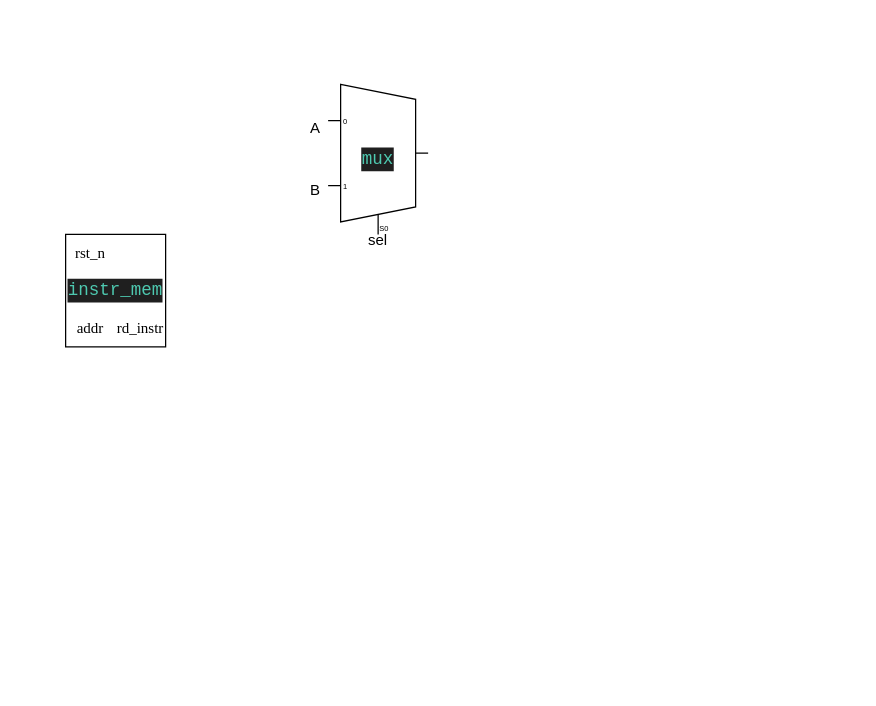
The draw.io diagram riscky_core.drawio in manavshah-28/riscky_soc, before the edit. Source tidied: cells renumbered, new cells numbered last; positions are measured from the earlier drawing's top-left corner, leaving out a move shared by most shapes. Both pictures are drawn from the tidied source at 125%, with x=0, y=0 at pixel (52, 84).
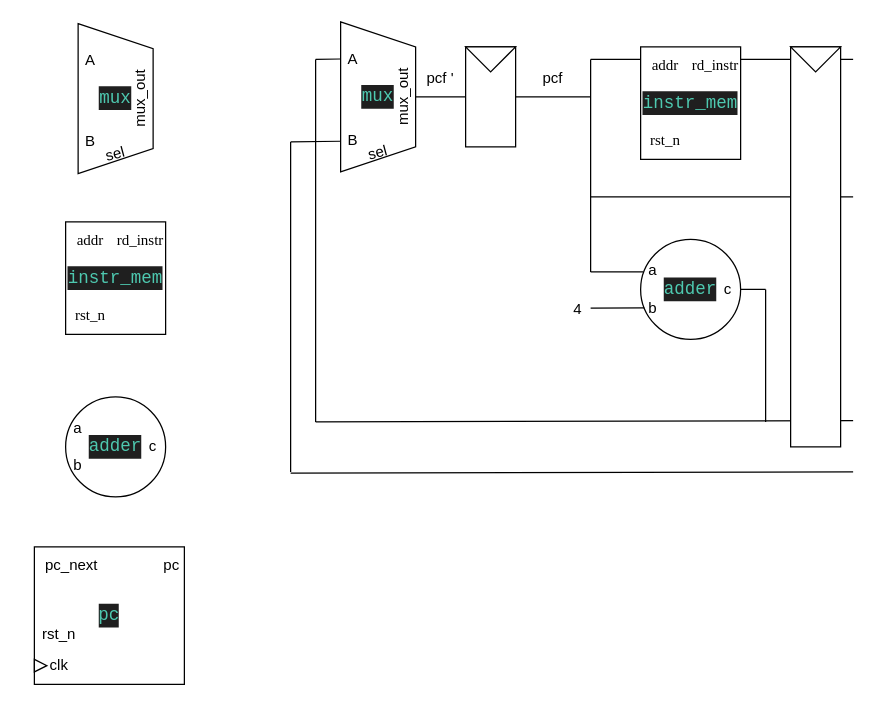
The same diagram, later.

The edit, as a diff of the source:
```diff
@@
-    <mxCell id="2" value="&lt;div style=&quot;color: rgb(204, 204, 204); background-color: rgb(31, 31, 31); font-family: Consolas, &amp;quot;Courier New&amp;quot;, monospace; font-size: 14px; line-height: 19px; white-space: pre;&quot;&gt;&lt;span style=&quot;color: #4ec9b0;&quot;&gt;mux&lt;/span&gt;&lt;/div&gt;" style="shadow=0;dashed=0;align=center;html=1;strokeWidth=1;shape=mxgraph.electrical.abstract.mux2;whiteSpace=wrap;" parent="1" vertex="1">
-      <mxGeometry x="220" width="80" height="120" as="geometry" />
-    </mxCell>
-    <mxCell id="3" value="sel" style="text;html=1;whiteSpace=wrap;strokeColor=none;fillColor=none;align=center;verticalAlign=middle;rounded=0;" parent="1" vertex="1">
-      <mxGeometry x="230" y="110" width="60" height="30" as="geometry" />
-    </mxCell>
-    <mxCell id="4" value="B" style="text;html=1;whiteSpace=wrap;strokeColor=none;fillColor=none;align=center;verticalAlign=middle;rounded=0;" parent="1" vertex="1">
-      <mxGeometry x="180" y="70" width="60" height="30" as="geometry" />
-    </mxCell>
-    <mxCell id="5" value="A" style="text;html=1;whiteSpace=wrap;strokeColor=none;fillColor=none;align=center;verticalAlign=middle;rounded=0;" parent="1" vertex="1">
-      <mxGeometry x="180" y="20" width="60" height="30" as="geometry" />
-    </mxCell>
+    <mxCell id="10" style="endArrow=none;html=1;rounded=0;" parent="1" edge="1">
+      <mxGeometry relative="1" as="geometry">
+        <mxPoint x="430" y="90" as="sourcePoint" />
+        <mxPoint x="640" y="90" as="targetPoint" />
+      </mxGeometry>
+    </mxCell>
+    <mxCell id="11" style="group;" parent="1" vertex="1">
+      <mxGeometry x="-10" y="250" width="120" height="80" as="geometry" />
+    </mxCell>
+    <mxCell id="12" value="&lt;div style=&quot;color: rgb(204, 204, 204); background-color: rgb(31, 31, 31); font-family: Consolas, &amp;quot;Courier New&amp;quot;, monospace; font-size: 14px; line-height: 19px; white-space: pre;&quot;&gt;&lt;span style=&quot;color: #4ec9b0;&quot;&gt;adder&lt;/span&gt;&lt;/div&gt;" style="ellipse;whiteSpace=wrap;html=1;" parent="11" vertex="1">
+      <mxGeometry x="20" width="80" height="80" as="geometry" />
+    </mxCell>
+    <mxCell id="13" value="a" style="text;html=1;whiteSpace=wrap;strokeColor=none;fillColor=none;align=center;verticalAlign=middle;rounded=0;" parent="11" vertex="1">
+      <mxGeometry y="10" width="60" height="30" as="geometry" />
+    </mxCell>
+    <mxCell id="14" value="b" style="text;html=1;whiteSpace=wrap;strokeColor=none;fillColor=none;align=center;verticalAlign=middle;rounded=0;" parent="11" vertex="1">
+      <mxGeometry y="40" width="60" height="30" as="geometry" />
+    </mxCell>
+    <mxCell id="15" value="c" style="text;html=1;whiteSpace=wrap;strokeColor=none;fillColor=none;align=center;verticalAlign=middle;rounded=0;" parent="11" vertex="1">
+      <mxGeometry x="60" y="25" width="60" height="30" as="geometry" />
+    </mxCell>
+    <mxCell id="16" style="group;" parent="1" vertex="1">
+      <mxGeometry x="-25" y="370" width="150" height="110" as="geometry" />
+    </mxCell>
+    <mxCell id="17" value="&lt;div style=&quot;color: rgb(204, 204, 204); background-color: rgb(31, 31, 31); font-family: Consolas, &amp;quot;Courier New&amp;quot;, monospace; font-size: 14px; line-height: 19px; white-space: pre;&quot;&gt;&lt;span style=&quot;color: #4ec9b0;&quot;&gt;pc&lt;/span&gt;&lt;/div&gt;" style="rounded=0;whiteSpace=wrap;html=1;" parent="16" vertex="1">
+      <mxGeometry x="10" width="120" height="110" as="geometry" />
+    </mxCell>
+    <mxCell id="18" value="clk" style="text;html=1;whiteSpace=wrap;strokeColor=none;fillColor=none;align=center;verticalAlign=middle;rounded=0;" parent="16" vertex="1">
+      <mxGeometry y="80" width="60" height="30" as="geometry" />
+    </mxCell>
+    <mxCell id="19" value="rst_n" style="text;html=1;whiteSpace=wrap;strokeColor=none;fillColor=none;align=center;verticalAlign=middle;rounded=0;" parent="16" vertex="1">
+      <mxGeometry y="55" width="60" height="30" as="geometry" />
+    </mxCell>
+    <mxCell id="20" style="triangle;whiteSpace=wrap;html=1;" parent="16" vertex="1">
+      <mxGeometry x="10" y="90" width="10" height="10" as="geometry" />
+    </mxCell>
+    <mxCell id="21" value="pc_next" style="text;html=1;whiteSpace=wrap;strokeColor=none;fillColor=none;align=center;verticalAlign=middle;rounded=0;" parent="16" vertex="1">
+      <mxGeometry x="10" width="60" height="30" as="geometry" />
+    </mxCell>
+    <mxCell id="22" value="pc" style="text;html=1;whiteSpace=wrap;strokeColor=none;fillColor=none;align=center;verticalAlign=middle;rounded=0;" parent="16" vertex="1">
+      <mxGeometry x="90" width="60" height="30" as="geometry" />
+    </mxCell>
+    <mxCell id="23" style="group;" parent="1" vertex="1">
+      <mxGeometry x="450" y="124" width="120" height="80" as="geometry" />
+    </mxCell>
+    <mxCell id="24" value="&lt;div style=&quot;color: rgb(204, 204, 204); background-color: rgb(31, 31, 31); font-family: Consolas, &amp;quot;Courier New&amp;quot;, monospace; font-size: 14px; line-height: 19px; white-space: pre;&quot;&gt;&lt;span style=&quot;color: #4ec9b0;&quot;&gt;adder&lt;/span&gt;&lt;/div&gt;" style="ellipse;whiteSpace=wrap;html=1;" parent="23" vertex="1">
+      <mxGeometry x="20" width="80" height="80" as="geometry" />
+    </mxCell>
+    <mxCell id="25" value="a" style="text;html=1;whiteSpace=wrap;strokeColor=none;fillColor=none;align=center;verticalAlign=middle;rounded=0;" parent="23" vertex="1">
+      <mxGeometry y="10" width="60" height="30" as="geometry" />
+    </mxCell>
+    <mxCell id="26" value="b" style="text;html=1;whiteSpace=wrap;strokeColor=none;fillColor=none;align=center;verticalAlign=middle;rounded=0;" parent="23" vertex="1">
+      <mxGeometry y="40" width="60" height="30" as="geometry" />
+    </mxCell>
+    <mxCell id="27" value="c" style="text;html=1;whiteSpace=wrap;strokeColor=none;fillColor=none;align=center;verticalAlign=middle;rounded=0;" parent="23" vertex="1">
+      <mxGeometry x="60" y="25" width="60" height="30" as="geometry" />
+    </mxCell>
+    <mxCell id="28" style="endArrow=none;html=1;rounded=0;entryX=0.333;entryY=0.667;entryDx=0;entryDy=0;entryPerimeter=0;" parent="1" edge="1">
+      <mxGeometry relative="1" as="geometry">
+        <mxPoint x="430" y="150" as="sourcePoint" />
+        <mxPoint x="472" y="150" as="targetPoint" />
+      </mxGeometry>
+    </mxCell>
+    <mxCell id="29" style="endArrow=none;html=1;rounded=0;entryX=0.333;entryY=0.667;entryDx=0;entryDy=0;entryPerimeter=0;" parent="1" edge="1">
+      <mxGeometry relative="1" as="geometry">
+        <mxPoint x="430" y="179" as="sourcePoint" />
+        <mxPoint x="473" y="178.8" as="targetPoint" />
+      </mxGeometry>
+    </mxCell>
+    <mxCell id="30" value="4" style="text;html=1;whiteSpace=wrap;strokeColor=none;fillColor=none;align=center;verticalAlign=middle;rounded=0;" parent="1" vertex="1">
+      <mxGeometry x="390" y="165" width="60" height="30" as="geometry" />
+    </mxCell>
+    <mxCell id="31" style="endArrow=none;html=1;rounded=0;" parent="1" edge="1">
+      <mxGeometry relative="1" as="geometry">
+        <mxPoint x="570" y="164" as="sourcePoint" />
+        <mxPoint x="550" y="164" as="targetPoint" />
+      </mxGeometry>
+    </mxCell>
+    <mxCell id="32" style="group;" parent="1" vertex="1">
+      <mxGeometry y="110" width="100" height="90" as="geometry" />
+    </mxCell>
-    <mxCell id="6" value="&lt;div style=&quot;color: rgb(204, 204, 204); background-color: rgb(31, 31, 31); font-family: Consolas, &amp;quot;Courier New&amp;quot;, monospace; font-size: 14px; line-height: 19px; white-space: pre;&quot;&gt;&lt;span style=&quot;color: #4ec9b0;&quot;&gt;instr_mem&lt;/span&gt;&lt;/div&gt;" style="rounded=0;whiteSpace=wrap;html=1;" parent="1" vertex="1">
-      <mxGeometry x="10" y="120" width="80" height="90" as="geometry" />
+    <mxCell id="6" value="&lt;div style=&quot;color: rgb(204, 204, 204); background-color: rgb(31, 31, 31); font-family: Consolas, &amp;quot;Courier New&amp;quot;, monospace; font-size: 14px; line-height: 19px; white-space: pre;&quot;&gt;&lt;span style=&quot;color: #4ec9b0;&quot;&gt;instr_mem&lt;/span&gt;&lt;/div&gt;" style="rounded=0;whiteSpace=wrap;html=1;" parent="32" vertex="1">
+      <mxGeometry x="10" width="80" height="90" as="geometry" />
     </mxCell>
-    <mxCell id="7" value="&lt;font face=&quot;Times New Roman&quot;&gt;rst_n&lt;/font&gt;" style="text;html=1;whiteSpace=wrap;strokeColor=none;fillColor=none;align=center;verticalAlign=middle;rounded=0;" parent="1" vertex="1">
-      <mxGeometry y="120" width="60" height="30" as="geometry" />
+    <mxCell id="7" value="&lt;font face=&quot;Times New Roman&quot;&gt;rst_n&lt;/font&gt;" style="text;html=1;whiteSpace=wrap;strokeColor=none;fillColor=none;align=center;verticalAlign=middle;rounded=0;" parent="32" vertex="1">
+      <mxGeometry y="60" width="60" height="30" as="geometry" />
     </mxCell>
-    <mxCell id="8" value="&lt;font face=&quot;Times New Roman&quot;&gt;addr&lt;/font&gt;" style="text;html=1;whiteSpace=wrap;strokeColor=none;fillColor=none;align=center;verticalAlign=middle;rounded=0;" parent="1" vertex="1">
-      <mxGeometry y="180" width="60" height="30" as="geometry" />
+    <mxCell id="8" value="&lt;font face=&quot;Times New Roman&quot;&gt;addr&lt;/font&gt;" style="text;html=1;whiteSpace=wrap;strokeColor=none;fillColor=none;align=center;verticalAlign=middle;rounded=0;" parent="32" vertex="1">
+      <mxGeometry width="60" height="30" as="geometry" />
     </mxCell>
-    <mxCell id="9" value="&lt;font face=&quot;Times New Roman&quot;&gt;rd_instr&lt;/font&gt;" style="text;html=1;whiteSpace=wrap;strokeColor=none;fillColor=none;align=center;verticalAlign=middle;rounded=0;" parent="1" vertex="1">
-      <mxGeometry x="40" y="180" width="60" height="30" as="geometry" />
+    <mxCell id="9" value="&lt;font face=&quot;Times New Roman&quot;&gt;rd_instr&lt;/font&gt;" style="text;html=1;whiteSpace=wrap;strokeColor=none;fillColor=none;align=center;verticalAlign=middle;rounded=0;" parent="32" vertex="1">
+      <mxGeometry x="40" width="60" height="30" as="geometry" />
     </mxCell>
+    <mxCell id="33" style="group;" parent="1" vertex="1">
+      <mxGeometry x="460" y="-30" width="100" height="90" as="geometry" />
+    </mxCell>
+    <mxCell id="34" value="&lt;div style=&quot;color: rgb(204, 204, 204); background-color: rgb(31, 31, 31); font-family: Consolas, &amp;quot;Courier New&amp;quot;, monospace; font-size: 14px; line-height: 19px; white-space: pre;&quot;&gt;&lt;span style=&quot;color: #4ec9b0;&quot;&gt;instr_mem&lt;/span&gt;&lt;/div&gt;" style="rounded=0;whiteSpace=wrap;html=1;" parent="33" vertex="1">
+      <mxGeometry x="10" width="80" height="90" as="geometry" />
+    </mxCell>
+    <mxCell id="35" value="&lt;font face=&quot;Times New Roman&quot;&gt;rst_n&lt;/font&gt;" style="text;html=1;whiteSpace=wrap;strokeColor=none;fillColor=none;align=center;verticalAlign=middle;rounded=0;" parent="33" vertex="1">
+      <mxGeometry y="60" width="60" height="30" as="geometry" />
+    </mxCell>
+    <mxCell id="36" value="&lt;font face=&quot;Times New Roman&quot;&gt;addr&lt;/font&gt;" style="text;html=1;whiteSpace=wrap;strokeColor=none;fillColor=none;align=center;verticalAlign=middle;rounded=0;" parent="33" vertex="1">
+      <mxGeometry width="60" height="30" as="geometry" />
+    </mxCell>
+    <mxCell id="37" value="&lt;font face=&quot;Times New Roman&quot;&gt;rd_instr&lt;/font&gt;" style="text;html=1;whiteSpace=wrap;strokeColor=none;fillColor=none;align=center;verticalAlign=middle;rounded=0;" parent="33" vertex="1">
+      <mxGeometry x="40" width="60" height="30" as="geometry" />
+    </mxCell>
+    <mxCell id="38" style="endArrow=none;html=1;rounded=0;" parent="1" edge="1">
+      <mxGeometry relative="1" as="geometry">
+        <mxPoint x="550" y="-20" as="sourcePoint" />
+        <mxPoint x="640" y="-20" as="targetPoint" />
+      </mxGeometry>
+    </mxCell>
+    <mxCell id="39" style="endArrow=none;html=1;rounded=0;" parent="1" edge="1">
+      <mxGeometry relative="1" as="geometry">
+        <mxPoint x="430" y="-20.1" as="sourcePoint" />
+        <mxPoint x="470" y="-20.1" as="targetPoint" />
+      </mxGeometry>
+    </mxCell>
+    <mxCell id="40" style="endArrow=none;html=1;rounded=0;" parent="1" edge="1">
+      <mxGeometry relative="1" as="geometry">
+        <mxPoint x="430" y="150" as="sourcePoint" />
+        <mxPoint x="430" y="-20" as="targetPoint" />
+      </mxGeometry>
+    </mxCell>
+    <mxCell id="41" style="endArrow=none;html=1;rounded=0;entryX=1;entryY=0.5;entryDx=0;entryDy=0;" parent="1" edge="1" target="27">
+      <mxGeometry relative="1" as="geometry">
+        <mxPoint x="570" y="270" as="sourcePoint" />
+      </mxGeometry>
+    </mxCell>
+    <mxCell id="42" style="endArrow=none;html=1;rounded=0;" parent="1" edge="1">
+      <mxGeometry relative="1" as="geometry">
+        <mxPoint x="210" y="270" as="sourcePoint" />
+        <mxPoint x="640" y="269" as="targetPoint" />
+      </mxGeometry>
+    </mxCell>
+    <mxCell id="43" style="endArrow=none;html=1;rounded=0;" parent="1" edge="1">
+      <mxGeometry relative="1" as="geometry">
+        <mxPoint x="210" y="270" as="sourcePoint" />
+        <mxPoint x="210" y="-20" as="targetPoint" />
+      </mxGeometry>
+    </mxCell>
+    <mxCell id="44" style="endArrow=none;html=1;rounded=0;exitX=0.013;exitY=0.658;exitDx=0;exitDy=0;exitPerimeter=0;entryX=0;entryY=0.5;entryDx=0;entryDy=0;" parent="1" edge="1" target="58">
+      <mxGeometry relative="1" as="geometry">
+        <mxPoint x="229.8" y="-20.3" as="sourcePoint" />
+      </mxGeometry>
+    </mxCell>
+    <mxCell id="45" style="group;" parent="1" vertex="1">
+      <mxGeometry y="-48.6" width="85" height="127.3" as="geometry" />
+    </mxCell>
+    <mxCell id="46" style="shape=trapezoid;perimeter=trapezoidPerimeter;whiteSpace=wrap;html=1;fixedSize=1;rotation=90;" parent="45" vertex="1">
+      <mxGeometry x="-10" y="30" width="120" height="60" as="geometry" />
+    </mxCell>
+    <mxCell id="47" value="mux_out" style="text;html=1;whiteSpace=wrap;strokeColor=none;fillColor=none;align=center;verticalAlign=middle;rounded=0;rotation=-90;" parent="45" vertex="1">
+      <mxGeometry x="40" y="45" width="60" height="30" as="geometry" />
+    </mxCell>
+    <mxCell id="48" value="A" style="text;html=1;whiteSpace=wrap;strokeColor=none;fillColor=none;align=center;verticalAlign=middle;rounded=0;" parent="45" vertex="1">
+      <mxGeometry y="15" width="60" height="30" as="geometry" />
+    </mxCell>
+    <mxCell id="49" value="B" style="text;html=1;whiteSpace=wrap;strokeColor=none;fillColor=none;align=center;verticalAlign=middle;rounded=0;" parent="45" vertex="1">
+      <mxGeometry y="80" width="60" height="30" as="geometry" />
+    </mxCell>
+    <mxCell id="50" value="sel" style="text;html=1;whiteSpace=wrap;strokeColor=none;fillColor=none;align=center;verticalAlign=middle;rounded=0;rotation=-15;" parent="45" vertex="1">
+      <mxGeometry x="20" y="90" width="60" height="30" as="geometry" />
+    </mxCell>
+    <mxCell id="51" value="&lt;div style=&quot;color: rgb(204, 204, 204); background-color: rgb(31, 31, 31); font-family: Consolas, &amp;quot;Courier New&amp;quot;, monospace; font-size: 14px; line-height: 19px; white-space: pre;&quot;&gt;&lt;span style=&quot;color: #4ec9b0;&quot;&gt;mux&lt;/span&gt;&lt;/div&gt;" style="text;html=1;whiteSpace=wrap;strokeColor=none;fillColor=none;align=center;verticalAlign=middle;rounded=0;" parent="45" vertex="1">
+      <mxGeometry x="20" y="45" width="60" height="30" as="geometry" />
+    </mxCell>
+    <mxCell id="52" style="rounded=0;whiteSpace=wrap;html=1;" parent="1" vertex="1">
+      <mxGeometry x="330" y="-30" width="40" height="80" as="geometry" />
+    </mxCell>
+    <mxCell id="53" style="triangle;whiteSpace=wrap;html=1;rotation=90;" parent="1" vertex="1">
+      <mxGeometry x="340" y="-40" width="20" height="40" as="geometry" />
+    </mxCell>
+    <mxCell id="54" style="endArrow=none;html=1;rounded=0;entryX=0;entryY=0.5;entryDx=0;entryDy=0;" parent="1" edge="1" target="52">
+      <mxGeometry relative="1" as="geometry">
+        <mxPoint x="290" y="10" as="sourcePoint" />
+      </mxGeometry>
+    </mxCell>
+    <mxCell id="55" style="group;" parent="1" vertex="1">
+      <mxGeometry x="210" y="-50" width="85" height="127.3" as="geometry" />
+    </mxCell>
+    <mxCell id="56" style="shape=trapezoid;perimeter=trapezoidPerimeter;whiteSpace=wrap;html=1;fixedSize=1;rotation=90;" parent="55" vertex="1">
+      <mxGeometry x="-10" y="30" width="120" height="60" as="geometry" />
+    </mxCell>
+    <mxCell id="57" value="mux_out" style="text;html=1;whiteSpace=wrap;strokeColor=none;fillColor=none;align=center;verticalAlign=middle;rounded=0;rotation=-90;" parent="55" vertex="1">
+      <mxGeometry x="40" y="45" width="60" height="30" as="geometry" />
+    </mxCell>
+    <mxCell id="58" value="A" style="text;html=1;whiteSpace=wrap;strokeColor=none;fillColor=none;align=center;verticalAlign=middle;rounded=0;" parent="55" vertex="1">
+      <mxGeometry y="15" width="60" height="30" as="geometry" />
+    </mxCell>
+    <mxCell id="59" value="B" style="text;html=1;whiteSpace=wrap;strokeColor=none;fillColor=none;align=center;verticalAlign=middle;rounded=0;" parent="55" vertex="1">
+      <mxGeometry y="80" width="60" height="30" as="geometry" />
+    </mxCell>
+    <mxCell id="60" value="sel" style="text;html=1;whiteSpace=wrap;strokeColor=none;fillColor=none;align=center;verticalAlign=middle;rounded=0;rotation=-15;" parent="55" vertex="1">
+      <mxGeometry x="20" y="90" width="60" height="30" as="geometry" />
+    </mxCell>
+    <mxCell id="61" value="&lt;div style=&quot;color: rgb(204, 204, 204); background-color: rgb(31, 31, 31); font-family: Consolas, &amp;quot;Courier New&amp;quot;, monospace; font-size: 14px; line-height: 19px; white-space: pre;&quot;&gt;&lt;span style=&quot;color: #4ec9b0;&quot;&gt;mux&lt;/span&gt;&lt;/div&gt;" style="text;html=1;whiteSpace=wrap;strokeColor=none;fillColor=none;align=center;verticalAlign=middle;rounded=0;" parent="55" vertex="1">
+      <mxGeometry x="20" y="45" width="60" height="30" as="geometry" />
+    </mxCell>
+    <mxCell id="62" style="endArrow=none;html=1;rounded=0;" parent="1" edge="1">
+      <mxGeometry relative="1" as="geometry">
+        <mxPoint x="370" y="10" as="sourcePoint" />
+        <mxPoint x="430" y="10" as="targetPoint" />
+      </mxGeometry>
+    </mxCell>
+    <mxCell id="63" value="pcf" style="text;html=1;whiteSpace=wrap;strokeColor=none;fillColor=none;align=center;verticalAlign=middle;rounded=0;" parent="1" vertex="1">
+      <mxGeometry x="370" y="-20" width="60" height="30" as="geometry" />
+    </mxCell>
+    <mxCell id="64" value="pcf '" style="text;html=1;whiteSpace=wrap;strokeColor=none;fillColor=none;align=center;verticalAlign=middle;rounded=0;" parent="1" vertex="1">
+      <mxGeometry x="280" y="-20" width="60" height="30" as="geometry" />
+    </mxCell>
+    <mxCell id="65" style="endArrow=none;html=1;rounded=0;exitX=0.013;exitY=0.658;exitDx=0;exitDy=0;exitPerimeter=0;" parent="1" edge="1">
+      <mxGeometry relative="1" as="geometry">
+        <mxPoint x="229.8" y="45.5" as="sourcePoint" />
+        <mxPoint x="190" y="46" as="targetPoint" />
+      </mxGeometry>
+    </mxCell>
+    <mxCell id="66" style="endArrow=none;html=1;rounded=0;" parent="1" edge="1">
+      <mxGeometry relative="1" as="geometry">
+        <mxPoint x="190" y="310" as="sourcePoint" />
+        <mxPoint x="190" y="46" as="targetPoint" />
+      </mxGeometry>
+    </mxCell>
+    <mxCell id="67" style="endArrow=none;html=1;rounded=0;" parent="1" edge="1">
+      <mxGeometry relative="1" as="geometry">
+        <mxPoint x="190" y="311" as="sourcePoint" />
+        <mxPoint x="640" y="310" as="targetPoint" />
+      </mxGeometry>
+    </mxCell>
+    <mxCell id="68" style="rounded=0;whiteSpace=wrap;html=1;" parent="1" vertex="1">
+      <mxGeometry x="590" y="-30" width="40" height="320" as="geometry" />
+    </mxCell>
+    <mxCell id="69" style="triangle;whiteSpace=wrap;html=1;rotation=90;" parent="1" vertex="1">
+      <mxGeometry x="600" y="-40" width="20" height="40" as="geometry" />
+    </mxCell>
```
